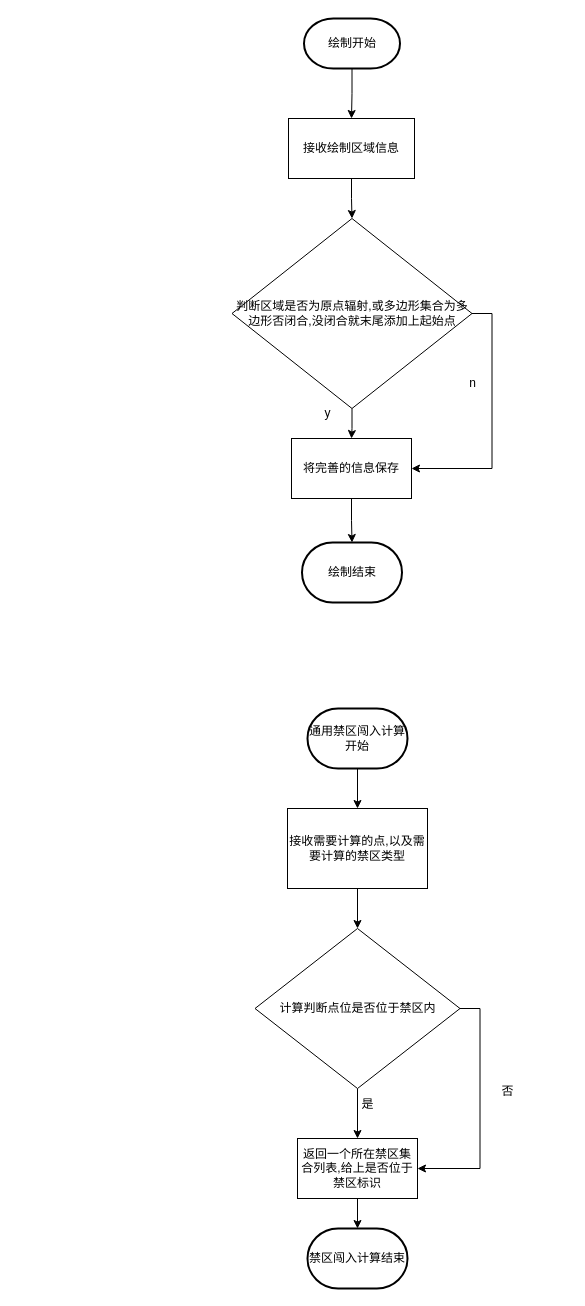
This is 未命名绘图.drawio from liguangrgj/fenx, a draw.io file, before an edit. Source tidied: cells renumbered, new cells numbered last; positions are measured from the earlier drawing's top-left corner, leaving out a move shared by most shapes. Both pictures are drawn from the tidied source at 100%, with x=0, y=0 at pixel (231, 18).
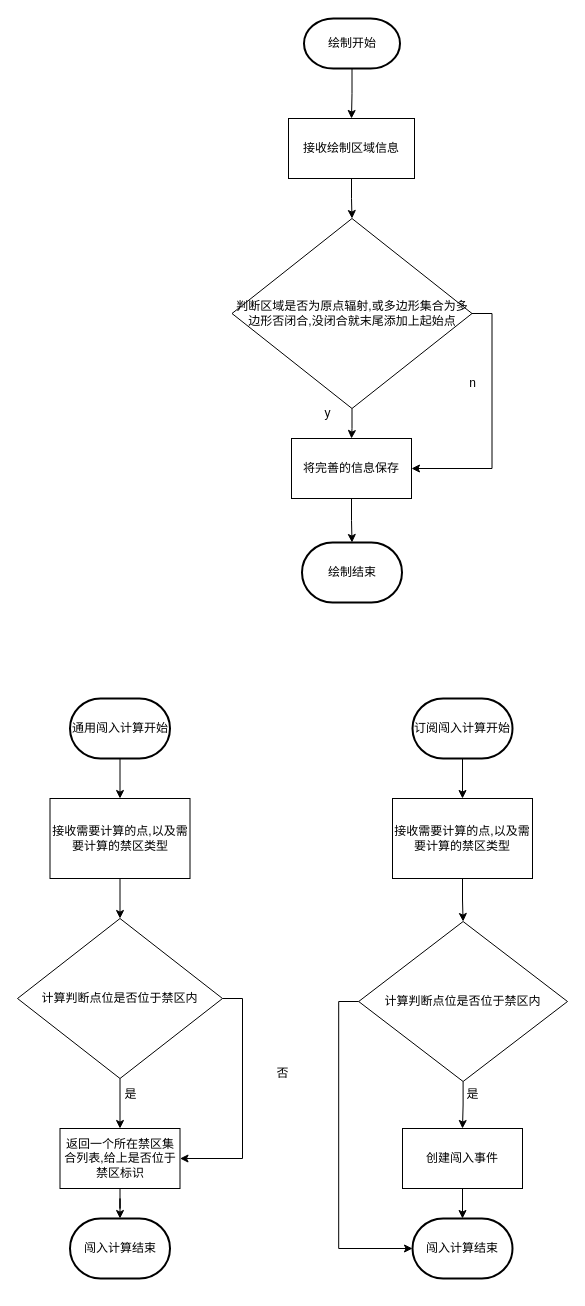
The same diagram, later.

Change to the diagram source:
```diff
@@
-    <mxCell id="15" value="通用禁区闯入计算开始" style="strokeWidth=2;html=1;shape=mxgraph.flowchart.terminator;whiteSpace=wrap;" parent="1" vertex="1">
-      <mxGeometry x="76" y="690" width="100" height="60" as="geometry" />
+    <mxCell id="15" value="通用闯入计算开始" style="strokeWidth=2;html=1;shape=mxgraph.flowchart.terminator;whiteSpace=wrap;" parent="1" vertex="1">
+      <mxGeometry x="-161.5" y="680" width="100" height="60" as="geometry" />
     </mxCell>
@@
     <mxCell id="17" value="接收需要计算的点,以及需要计算的禁区类型" style="rounded=0;whiteSpace=wrap;html=1;" parent="1" vertex="1">
-      <mxGeometry x="56" y="790" width="140" height="80" as="geometry" />
+      <mxGeometry x="-181.5" y="780" width="140" height="80" as="geometry" />
     </mxCell>
@@
     <mxCell id="20" value="计算判断点位是否位于禁区内" style="rhombus;whiteSpace=wrap;html=1;" parent="1" vertex="1">
-      <mxGeometry x="23.5" y="910" width="205" height="160" as="geometry" />
+      <mxGeometry x="-214" y="900" width="205" height="160" as="geometry" />
     </mxCell>
@@
     <mxCell id="22" value="返回一个所在禁区集合列表,给上是否位于禁区标识" style="whiteSpace=wrap;html=1;" parent="1" vertex="1">
-      <mxGeometry x="66" y="1120" width="120" height="60" as="geometry" />
+      <mxGeometry x="-171.5" y="1110" width="120" height="60" as="geometry" />
     </mxCell>
     <mxCell id="23" value="是&lt;div&gt;&lt;br&gt;&lt;/div&gt;" style="text;html=1;align=center;verticalAlign=middle;strokeColor=none;fillColor=none;" parent="1" vertex="1">
-      <mxGeometry x="116" y="1073" width="40" height="40" as="geometry" />
+      <mxGeometry x="-121.5" y="1063" width="40" height="40" as="geometry" />
     </mxCell>
     <mxCell id="24" value="否" style="text;html=1;align=center;verticalAlign=middle;strokeColor=none;fillColor=none;" parent="1" vertex="1">
-      <mxGeometry x="256" y="1058" width="40" height="30" as="geometry" />
+      <mxGeometry x="30.5" y="1040" width="40" height="30" as="geometry" />
     </mxCell>
-    <mxCell id="25" value="禁区闯入计算结束" style="strokeWidth=2;html=1;shape=mxgraph.flowchart.terminator;whiteSpace=wrap;" parent="1" vertex="1">
-      <mxGeometry x="76" y="1210" width="100" height="60" as="geometry" />
+    <mxCell id="25" value="闯入计算结束" style="strokeWidth=2;html=1;shape=mxgraph.flowchart.terminator;whiteSpace=wrap;" parent="1" vertex="1">
+      <mxGeometry x="-161.5" y="1200" width="100" height="60" as="geometry" />
     </mxCell>
+    <mxCell id="26" style="edgeStyle=orthogonalEdgeStyle;rounded=0;jettySize=auto;html=1;exitX=0.5;exitY=1;exitDx=0;exitDy=0;exitPerimeter=0;" parent="1" edge="1" source="27" target="29">
+      <mxGeometry relative="1" as="geometry" />
+    </mxCell>
+    <mxCell id="27" value="订阅闯入计算开始" style="strokeWidth=2;html=1;shape=mxgraph.flowchart.terminator;whiteSpace=wrap;" parent="1" vertex="1">
+      <mxGeometry x="181" y="680" width="100" height="60" as="geometry" />
+    </mxCell>
+    <mxCell id="28" style="edgeStyle=orthogonalEdgeStyle;rounded=0;jettySize=auto;html=1;exitX=0.5;exitY=1;exitDx=0;exitDy=0;" parent="1" edge="1" source="29" target="31">
+      <mxGeometry relative="1" as="geometry" />
+    </mxCell>
+    <mxCell id="29" value="接收需要计算的点,以及需要计算的禁区类型" style="rounded=0;whiteSpace=wrap;html=1;" parent="1" vertex="1">
+      <mxGeometry x="161" y="780" width="140" height="80" as="geometry" />
+    </mxCell>
+    <mxCell id="30" style="edgeStyle=orthogonalEdgeStyle;rounded=0;jettySize=auto;html=1;" parent="1" edge="1" source="31" target="33">
+      <mxGeometry relative="1" as="geometry" />
+    </mxCell>
+    <mxCell id="31" value="计算判断点位是否位于禁区内" style="rhombus;whiteSpace=wrap;html=1;" parent="1" vertex="1">
+      <mxGeometry x="127.2" y="903" width="208.8" height="160" as="geometry" />
+    </mxCell>
+    <mxCell id="32" style="edgeStyle=orthogonalEdgeStyle;rounded=0;jettySize=auto;html=1;exitX=0.5;exitY=1;exitDx=0;exitDy=0;" parent="1" edge="1" source="33" target="35">
+      <mxGeometry relative="1" as="geometry" />
+    </mxCell>
+    <mxCell id="33" value="创建闯入事件" style="whiteSpace=wrap;html=1;" parent="1" vertex="1">
+      <mxGeometry x="171" y="1110" width="120" height="60" as="geometry" />
+    </mxCell>
+    <mxCell id="34" value="是&lt;div&gt;&lt;br&gt;&lt;/div&gt;" style="text;html=1;align=center;verticalAlign=middle;strokeColor=none;fillColor=none;" parent="1" vertex="1">
+      <mxGeometry x="221" y="1063" width="40" height="40" as="geometry" />
+    </mxCell>
+    <mxCell id="35" value="闯入计算结束" style="strokeWidth=2;html=1;shape=mxgraph.flowchart.terminator;whiteSpace=wrap;" parent="1" vertex="1">
+      <mxGeometry x="181" y="1200" width="100" height="60" as="geometry" />
+    </mxCell>
+    <mxCell id="36" style="edgeStyle=orthogonalEdgeStyle;rounded=0;jettySize=auto;html=1;exitX=0;exitY=0.5;exitDx=0;exitDy=0;entryX=0;entryY=0.5;entryDx=0;entryDy=0;entryPerimeter=0;" parent="1" edge="1" source="31" target="35">
+      <mxGeometry relative="1" as="geometry" />
+    </mxCell>
```
